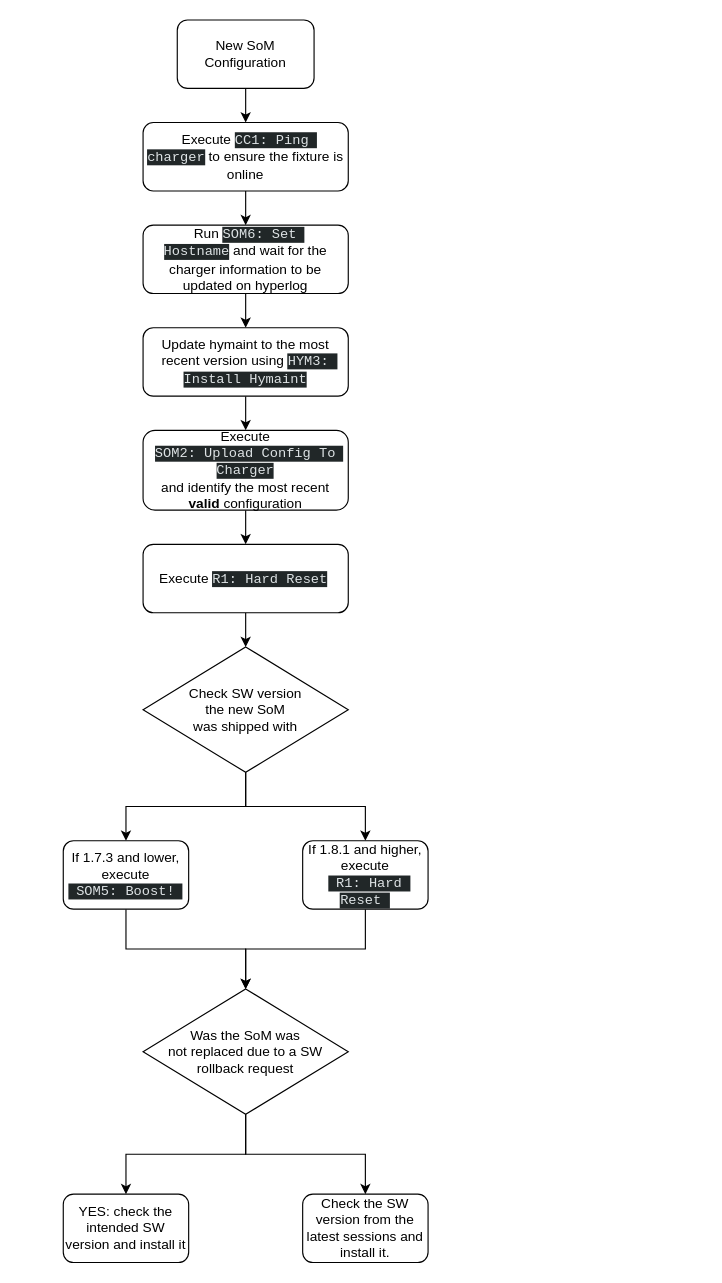
gialla1987/test-meter keeps this draw.io diagram as SoM.drawio. Above is the earlier version. Source tidied: cells renumbered, new cells numbered last; positions are measured from the earlier drawing's top-left corner, leaving out a move shared by most shapes. Both pictures are drawn from the tidied source at 114%, with x=0, y=0 at pixel (63, 19).
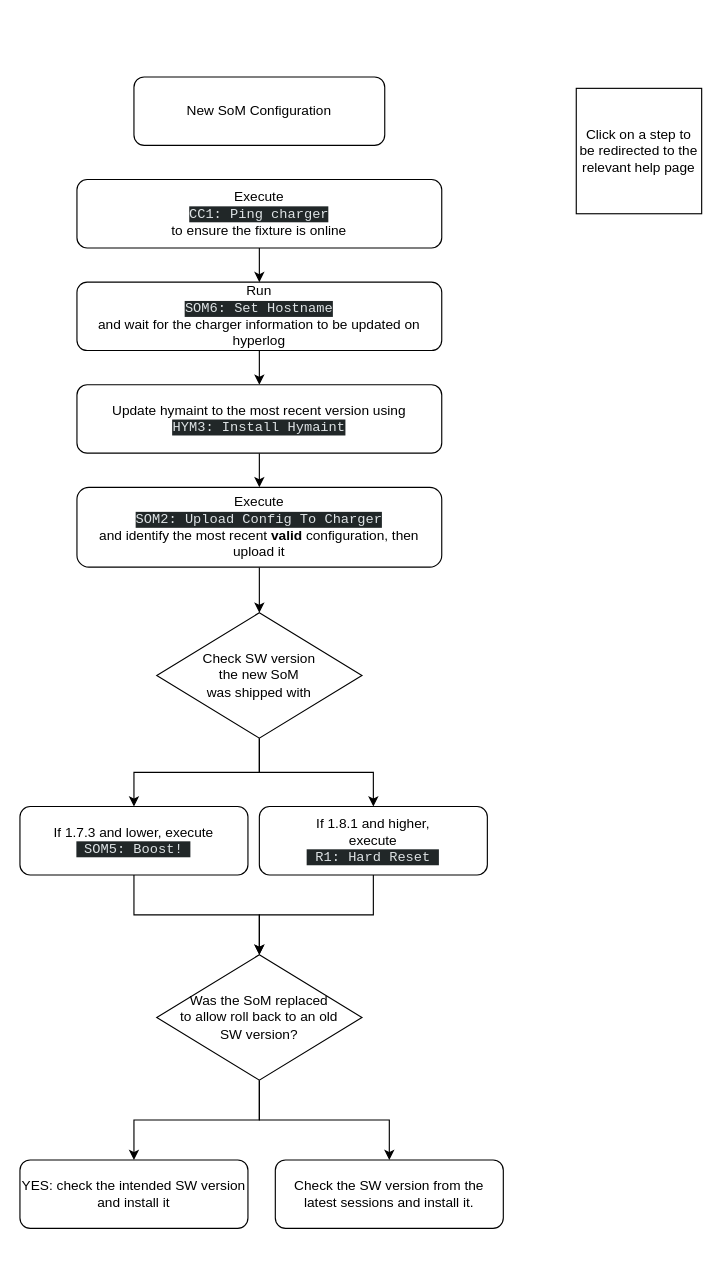
The same diagram, later.

Change to the diagram source:
```diff
@@
-    <mxCell id="2" style="edgeStyle=orthogonalEdgeStyle;rounded=0;jettySize=auto;html=1;entryX=0.5;entryY=0;entryDx=0;entryDy=0;" parent="1" edge="1" source="3" target="5">
-      <mxGeometry relative="1" as="geometry" />
-    </mxCell>
     <mxCell id="3" value="New&amp;nbsp;&lt;span style=&quot;background-color: transparent; color: light-dark(rgb(0, 0, 0), rgb(255, 255, 255));&quot;&gt;SoM Configuration&lt;/span&gt;" style="rounded=1;whiteSpace=wrap;html=1;" parent="1" vertex="1">
-      <mxGeometry x="100" width="120" height="60" as="geometry" />
+      <mxGeometry x="62" y="50" width="220" height="60" as="geometry" />
     </mxCell>
@@
-    <mxCell id="5" value="Execute &lt;span style=&quot;color: rgb(222, 227, 229); font-family: monospace; text-align: left; white-space-collapse: preserve; background-color: rgb(33, 39, 40);&quot;&gt;CC1: Ping charger&lt;/span&gt;&amp;nbsp;to ensure the fixture is online" style="rounded=1;whiteSpace=wrap;html=1;" parent="1" vertex="1">
-      <mxGeometry x="70" y="90" width="180" height="60" as="geometry" />
+    <mxCell id="5" value="Execute&lt;div&gt;&lt;span style=&quot;color: rgb(222, 227, 229); font-family: monospace; text-align: left; white-space-collapse: preserve; background-color: rgb(33, 39, 40);&quot;&gt;CC1: Ping charger&lt;/span&gt;&lt;/div&gt;&lt;div&gt;to ensure the fixture is online&lt;/div&gt;" style="rounded=1;whiteSpace=wrap;html=1;" parent="1" vertex="1">
+      <mxGeometry x="12" y="140" width="320" height="60" as="geometry" />
     </mxCell>
@@
-    <mxCell id="7" value="Run &lt;span style=&quot;color: rgb(222, 227, 229); font-family: monospace; text-align: left; white-space-collapse: preserve; background-color: rgb(33, 39, 40);&quot;&gt;SOM6: Set Hostname&lt;/span&gt;&amp;nbsp;and wait for the charger information to be updated on hyperlog" style="rounded=1;whiteSpace=wrap;html=1;" parent="1" vertex="1">
-      <mxGeometry x="70" y="180" width="180" height="60" as="geometry" />
+    <mxCell id="7" value="Run&lt;div&gt;&lt;span style=&quot;color: rgb(222, 227, 229); font-family: monospace; text-align: left; white-space-collapse: preserve; background-color: rgb(33, 39, 40);&quot;&gt;SOM6: Set Hostname&lt;/span&gt;&lt;/div&gt;&lt;div&gt;and wait for the charger information to be updated on hyperlog&lt;/div&gt;" style="rounded=1;whiteSpace=wrap;html=1;" parent="1" vertex="1">
+      <mxGeometry x="12" y="230" width="320" height="60" as="geometry" />
     </mxCell>
@@
-    <mxCell id="9" value="Update hymaint to the most recent version using&amp;nbsp;&lt;span style=&quot;color: rgb(222, 227, 229); font-family: monospace; text-align: left; white-space-collapse: preserve; background-color: rgb(33, 39, 40);&quot;&gt;HYM3: Install Hymaint&lt;/span&gt;" style="rounded=1;whiteSpace=wrap;html=1;" parent="1" vertex="1">
-      <mxGeometry x="70" y="270" width="180" height="60" as="geometry" />
+    <mxCell id="9" value="Update hymaint to the most recent version using&lt;div&gt;&lt;span style=&quot;color: rgb(222, 227, 229); font-family: monospace; text-align: left; white-space-collapse: preserve; background-color: rgb(33, 39, 40);&quot;&gt;HYM3: Install Hymaint&lt;/span&gt;&lt;/div&gt;" style="rounded=1;whiteSpace=wrap;html=1;" parent="1" vertex="1">
+      <mxGeometry x="12" y="320" width="320" height="60" as="geometry" />
     </mxCell>
-    <mxCell id="10" style="edgeStyle=orthogonalEdgeStyle;rounded=0;jettySize=auto;html=1;entryX=0.5;entryY=0;entryDx=0;entryDy=0;" parent="1" edge="1" source="11" target="13">
-      <mxGeometry relative="1" as="geometry" />
-    </mxCell>
+    <mxCell id="26" style="edgeStyle=orthogonalEdgeStyle;rounded=0;jettySize=auto;html=1;" parent="1" edge="1" source="11" target="16">
+      <mxGeometry relative="1" as="geometry" />
+    </mxCell>
-    <mxCell id="11" value="Execute&lt;div&gt;&lt;span style=&quot;color: rgb(222, 227, 229); font-family: monospace; text-align: left; white-space-collapse: preserve; background-color: rgb(33, 39, 40);&quot;&gt;SOM2: Upload Config To Charger&lt;/span&gt;&lt;/div&gt;&lt;div&gt;and identify the most recent &lt;b&gt;valid &lt;/b&gt;configuration&lt;/div&gt;" style="rounded=1;whiteSpace=wrap;html=1;" parent="1" vertex="1">
-      <mxGeometry x="70" y="360" width="180" height="70" as="geometry" />
+    <mxCell id="11" value="Execute&lt;div&gt;&lt;span style=&quot;color: rgb(222, 227, 229); font-family: monospace; text-align: left; white-space-collapse: preserve; background-color: rgb(33, 39, 40);&quot;&gt;SOM2: Upload Config To Charger&lt;/span&gt;&lt;/div&gt;&lt;div&gt;and identify the most recent &lt;b&gt;valid &lt;/b&gt;configuration, then upload it&lt;/div&gt;" style="rounded=1;whiteSpace=wrap;html=1;" parent="1" vertex="1">
+      <mxGeometry x="12" y="410" width="320" height="70" as="geometry" />
     </mxCell>
-    <mxCell id="12" style="edgeStyle=orthogonalEdgeStyle;rounded=0;jettySize=auto;html=1;entryX=0.5;entryY=0;entryDx=0;entryDy=0;" parent="1" edge="1" source="13" target="16">
-      <mxGeometry relative="1" as="geometry" />
-    </mxCell>
-    <mxCell id="13" value="Execute&amp;nbsp;&lt;span style=&quot;color: rgb(222, 227, 229); font-family: monospace; text-align: left; white-space-collapse: preserve; background-color: rgb(33, 39, 40);&quot;&gt;R1: Hard Reset&lt;/span&gt;&amp;nbsp;" style="rounded=1;whiteSpace=wrap;html=1;" parent="1" vertex="1">
-      <mxGeometry x="70" y="460" width="180" height="60" as="geometry" />
-    </mxCell>
@@
     <mxCell id="16" value="Check SW version&lt;div&gt;the new SoM&lt;/div&gt;&lt;div&gt;was shipped with&lt;/div&gt;" style="rhombus;whiteSpace=wrap;html=1;" parent="1" vertex="1">
-      <mxGeometry x="70" y="550" width="180" height="110" as="geometry" />
+      <mxGeometry x="82" y="520" width="180" height="110" as="geometry" />
     </mxCell>
@@
     <mxCell id="18" value="&lt;div&gt;If 1.7.3 and lower, execute&lt;/div&gt;&lt;div&gt;&lt;span style=&quot;color: rgb(222, 227, 229); font-family: monospace; text-align: left; white-space-collapse: preserve; background-color: rgb(33, 39, 40);&quot;&gt; SOM5: Boost! &lt;/span&gt;&lt;/div&gt;" style="rounded=1;whiteSpace=wrap;html=1;" parent="1" vertex="1">
-      <mxGeometry y="720" width="110" height="60" as="geometry" />
+      <mxGeometry x="-38" y="690" width="200" height="60" as="geometry" />
     </mxCell>
@@
     <mxCell id="20" value="&lt;div&gt;If 1.8.1 and higher,&lt;/div&gt;&lt;div&gt;execute&lt;/div&gt;&lt;div&gt;&lt;span style=&quot;color: rgb(222, 227, 229); font-family: monospace; text-align: left; white-space-collapse: preserve; background-color: rgb(33, 39, 40);&quot;&gt; R1: Hard Reset &lt;/span&gt;&lt;/div&gt;" style="rounded=1;whiteSpace=wrap;html=1;" parent="1" vertex="1">
-      <mxGeometry x="210" y="720" width="110" height="60" as="geometry" />
+      <mxGeometry x="172" y="690" width="200" height="60" as="geometry" />
     </mxCell>
@@
-    <mxCell id="23" value="Was the SoM was&lt;div&gt;not replaced due to a SW rollback request&lt;/div&gt;" style="rhombus;whiteSpace=wrap;html=1;" parent="1" vertex="1">
-      <mxGeometry x="70" y="850" width="180" height="110" as="geometry" />
+    <mxCell id="23" value="Was the SoM&amp;nbsp;&lt;span style=&quot;background-color: transparent; color: light-dark(rgb(0, 0, 0), rgb(255, 255, 255));&quot;&gt;replaced&lt;/span&gt;&lt;div&gt;&lt;span style=&quot;background-color: transparent; color: light-dark(rgb(0, 0, 0), rgb(255, 255, 255));&quot;&gt;to allow roll back to an old&lt;/span&gt;&lt;/div&gt;&lt;div&gt;&lt;span style=&quot;background-color: transparent; color: light-dark(rgb(0, 0, 0), rgb(255, 255, 255));&quot;&gt;SW version?&lt;/span&gt;&lt;/div&gt;" style="rhombus;whiteSpace=wrap;html=1;" parent="1" vertex="1">
+      <mxGeometry x="82" y="820" width="180" height="110" as="geometry" />
     </mxCell>
     <mxCell id="24" value="&lt;div&gt;YES: check the intended SW version and install it&lt;/div&gt;" style="rounded=1;whiteSpace=wrap;html=1;" parent="1" vertex="1">
-      <mxGeometry y="1030" width="110" height="60" as="geometry" />
+      <mxGeometry x="-38" y="1000" width="200" height="60" as="geometry" />
     </mxCell>
     <mxCell id="25" value="&lt;div&gt;Check the SW version from the latest sessions and install it.&lt;/div&gt;" style="rounded=1;whiteSpace=wrap;html=1;" parent="1" vertex="1">
-      <mxGeometry x="210" y="1030" width="110" height="60" as="geometry" />
+      <mxGeometry x="186" y="1000" width="200" height="60" as="geometry" />
     </mxCell>
+    <mxCell id="27" value="Click on a step to be redirected to the relevant help page" style="whiteSpace=wrap;html=1;" parent="1" vertex="1">
+      <mxGeometry x="450" y="60" width="110" height="110" as="geometry" />
+    </mxCell>
```
